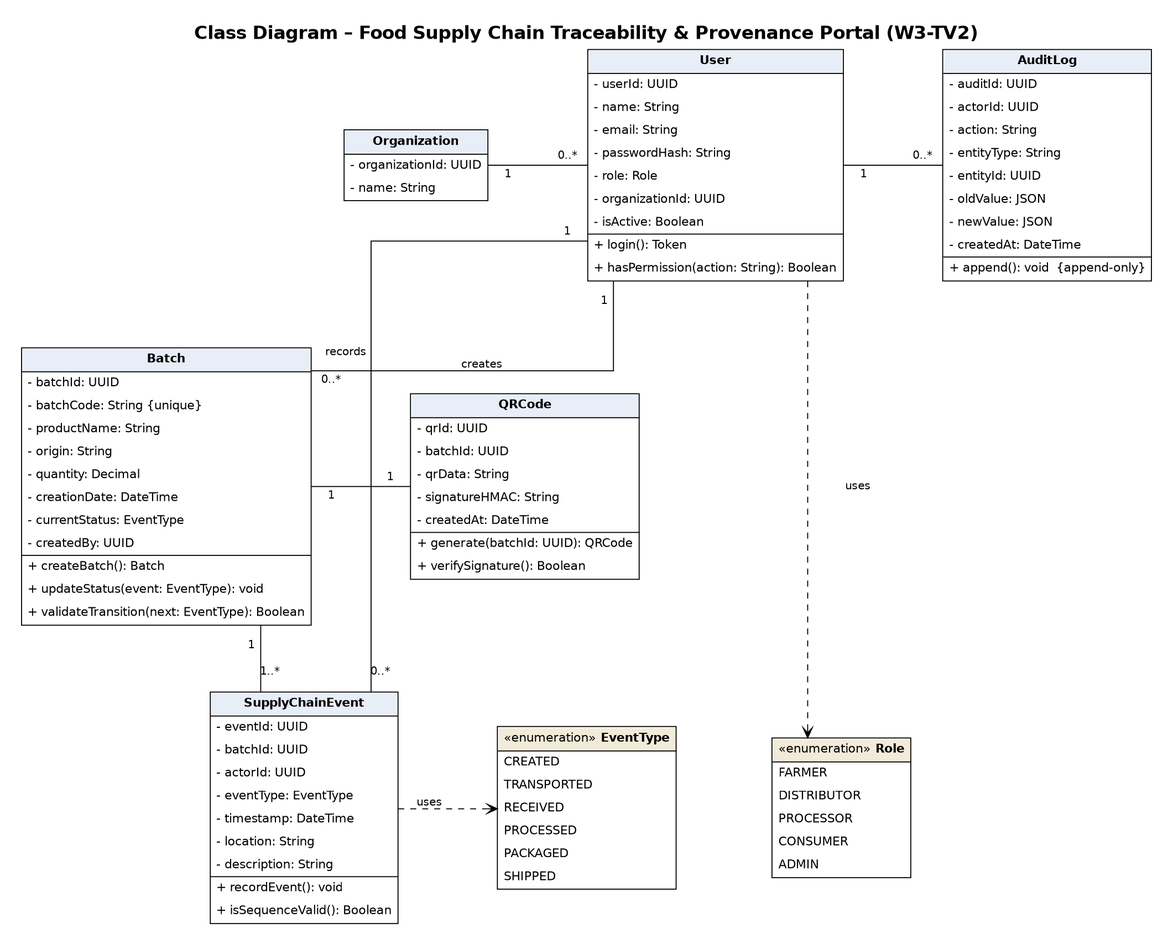
The Graphviz diagram docs/UML/class-diagram.png in hbao06/food-supply-chain-traceability-portal, before a commit. Its source is kept beside it as docs/UML/class-diagram.dot. The source it was exported from:
```dot
digraph G {
  graph [rankdir=TB, nodesep=0.7, ranksep=0.9, fontname="DejaVu Sans", pad=0.3, splines=ortho, labelloc=t,
         label=<<B>Class Diagram – Food Supply Chain Traceability &amp; Provenance Portal (W3-TV2)</B>>, fontsize=18];
  node [shape=plain, fontname="DejaVu Sans", fontsize=12];
  edge [fontname="DejaVu Sans", fontsize=11, arrowhead=none];

  Organization [label=<
    <TABLE BORDER="1" CELLBORDER="0" CELLSPACING="0" CELLPADDING="5">
    <TR><TD BGCOLOR="#E8EEF7"><B>Organization</B></TD></TR><HR/>
    <TR><TD ALIGN="LEFT">- organizationId: UUID</TD></TR>
    <TR><TD ALIGN="LEFT">- name: String</TD></TR>
    </TABLE>>];

  User [label=<
    <TABLE BORDER="1" CELLBORDER="0" CELLSPACING="0" CELLPADDING="5">
    <TR><TD BGCOLOR="#E8EEF7"><B>User</B></TD></TR><HR/>
    <TR><TD ALIGN="LEFT">- userId: UUID</TD></TR>
    <TR><TD ALIGN="LEFT">- name: String</TD></TR>
    <TR><TD ALIGN="LEFT">- email: String</TD></TR>
    <TR><TD ALIGN="LEFT">- passwordHash: String</TD></TR>
    <TR><TD ALIGN="LEFT">- role: Role</TD></TR>
    <TR><TD ALIGN="LEFT">- organizationId: UUID</TD></TR>
    <TR><TD ALIGN="LEFT">- isActive: Boolean</TD></TR><HR/>
    <TR><TD ALIGN="LEFT">+ login(): Token</TD></TR>
    <TR><TD ALIGN="LEFT">+ hasPermission(action: String): Boolean</TD></TR>
    </TABLE>>];

  Batch [label=<
    <TABLE BORDER="1" CELLBORDER="0" CELLSPACING="0" CELLPADDING="5">
    <TR><TD BGCOLOR="#E8EEF7"><B>Batch</B></TD></TR><HR/>
    <TR><TD ALIGN="LEFT">- batchId: UUID</TD></TR>
    <TR><TD ALIGN="LEFT">- batchCode: String {unique}</TD></TR>
    <TR><TD ALIGN="LEFT">- productName: String</TD></TR>
    <TR><TD ALIGN="LEFT">- origin: String</TD></TR>
    <TR><TD ALIGN="LEFT">- quantity: Decimal</TD></TR>
    <TR><TD ALIGN="LEFT">- creationDate: DateTime</TD></TR>
    <TR><TD ALIGN="LEFT">- currentStatus: EventType</TD></TR>
    <TR><TD ALIGN="LEFT">- createdBy: UUID</TD></TR><HR/>
    <TR><TD ALIGN="LEFT">+ createBatch(): Batch</TD></TR>
    <TR><TD ALIGN="LEFT">+ updateStatus(event: EventType): void</TD></TR>
    <TR><TD ALIGN="LEFT">+ validateTransition(next: EventType): Boolean</TD></TR>
    </TABLE>>];

  QRCode [label=<
    <TABLE BORDER="1" CELLBORDER="0" CELLSPACING="0" CELLPADDING="5">
    <TR><TD BGCOLOR="#E8EEF7"><B>QRCode</B></TD></TR><HR/>
    <TR><TD ALIGN="LEFT">- qrId: UUID</TD></TR>
    <TR><TD ALIGN="LEFT">- batchId: UUID</TD></TR>
    <TR><TD ALIGN="LEFT">- qrData: String</TD></TR>
    <TR><TD ALIGN="LEFT">- signatureHMAC: String</TD></TR>
    <TR><TD ALIGN="LEFT">- createdAt: DateTime</TD></TR><HR/>
    <TR><TD ALIGN="LEFT">+ generate(batchId: UUID): QRCode</TD></TR>
    <TR><TD ALIGN="LEFT">+ verifySignature(): Boolean</TD></TR>
    </TABLE>>];

  SupplyChainEvent [label=<
    <TABLE BORDER="1" CELLBORDER="0" CELLSPACING="0" CELLPADDING="5">
    <TR><TD BGCOLOR="#E8EEF7"><B>SupplyChainEvent</B></TD></TR><HR/>
    <TR><TD ALIGN="LEFT">- eventId: UUID</TD></TR>
    <TR><TD ALIGN="LEFT">- batchId: UUID</TD></TR>
    <TR><TD ALIGN="LEFT">- actorId: UUID</TD></TR>
    <TR><TD ALIGN="LEFT">- eventType: EventType</TD></TR>
    <TR><TD ALIGN="LEFT">- timestamp: DateTime</TD></TR>
    <TR><TD ALIGN="LEFT">- location: String</TD></TR>
    <TR><TD ALIGN="LEFT">- description: String</TD></TR><HR/>
    <TR><TD ALIGN="LEFT">+ recordEvent(): void</TD></TR>
    <TR><TD ALIGN="LEFT">+ isSequenceValid(): Boolean</TD></TR>
    </TABLE>>];

  AuditLog [label=<
    <TABLE BORDER="1" CELLBORDER="0" CELLSPACING="0" CELLPADDING="5">
    <TR><TD BGCOLOR="#E8EEF7"><B>AuditLog</B></TD></TR><HR/>
    <TR><TD ALIGN="LEFT">- auditId: UUID</TD></TR>
    <TR><TD ALIGN="LEFT">- actorId: UUID</TD></TR>
    <TR><TD ALIGN="LEFT">- action: String</TD></TR>
    <TR><TD ALIGN="LEFT">- entityType: String</TD></TR>
    <TR><TD ALIGN="LEFT">- entityId: UUID</TD></TR>
    <TR><TD ALIGN="LEFT">- oldValue: JSON</TD></TR>
    <TR><TD ALIGN="LEFT">- newValue: JSON</TD></TR>
    <TR><TD ALIGN="LEFT">- createdAt: DateTime</TD></TR><HR/>
    <TR><TD ALIGN="LEFT">+ append(): void  {append-only}</TD></TR>
    </TABLE>>];

  Role [label=<
    <TABLE BORDER="1" CELLBORDER="0" CELLSPACING="0" CELLPADDING="5">
    <TR><TD BGCOLOR="#F3EBD9">«enumeration» <B>Role</B></TD></TR><HR/>
    <TR><TD ALIGN="LEFT">FARMER</TD></TR>
    <TR><TD ALIGN="LEFT">DISTRIBUTOR</TD></TR>
    <TR><TD ALIGN="LEFT">PROCESSOR</TD></TR>
    <TR><TD ALIGN="LEFT">CONSUMER</TD></TR>
    <TR><TD ALIGN="LEFT">ADMIN</TD></TR>
    </TABLE>>];

  EventType [label=<
    <TABLE BORDER="1" CELLBORDER="0" CELLSPACING="0" CELLPADDING="5">
    <TR><TD BGCOLOR="#F3EBD9">«enumeration» <B>EventType</B></TD></TR><HR/>
    <TR><TD ALIGN="LEFT">CREATED</TD></TR>
    <TR><TD ALIGN="LEFT">TRANSPORTED</TD></TR>
    <TR><TD ALIGN="LEFT">RECEIVED</TD></TR>
    <TR><TD ALIGN="LEFT">PROCESSED</TD></TR>
    <TR><TD ALIGN="LEFT">PACKAGED</TD></TR>
    <TR><TD ALIGN="LEFT">SHIPPED</TD></TR>
    </TABLE>>];

  {rank=same; Organization; User; AuditLog}
  {rank=same; Batch; QRCode}
  {rank=same; SupplyChainEvent; EventType; Role}

  Organization -> User [taillabel="1", headlabel="0..*", labeldistance=2.2];
  User -> AuditLog [taillabel="1", headlabel="0..*", labeldistance=2.2];
  User -> Batch [taillabel="1", headlabel="0..*", labeldistance=2.2, xlabel="creates "];
  Batch -> QRCode [taillabel="1", headlabel="1", labeldistance=2.2];
  Batch -> SupplyChainEvent [taillabel="1", headlabel="1..*", labeldistance=2.2];
  User -> SupplyChainEvent [taillabel="1", headlabel="0..*", labeldistance=2.2, xlabel="records "];
  User -> Role [style=dashed, arrowhead=vee, label=" uses"];
  SupplyChainEvent -> EventType [style=dashed, arrowhead=vee, label=" uses"];
}
```
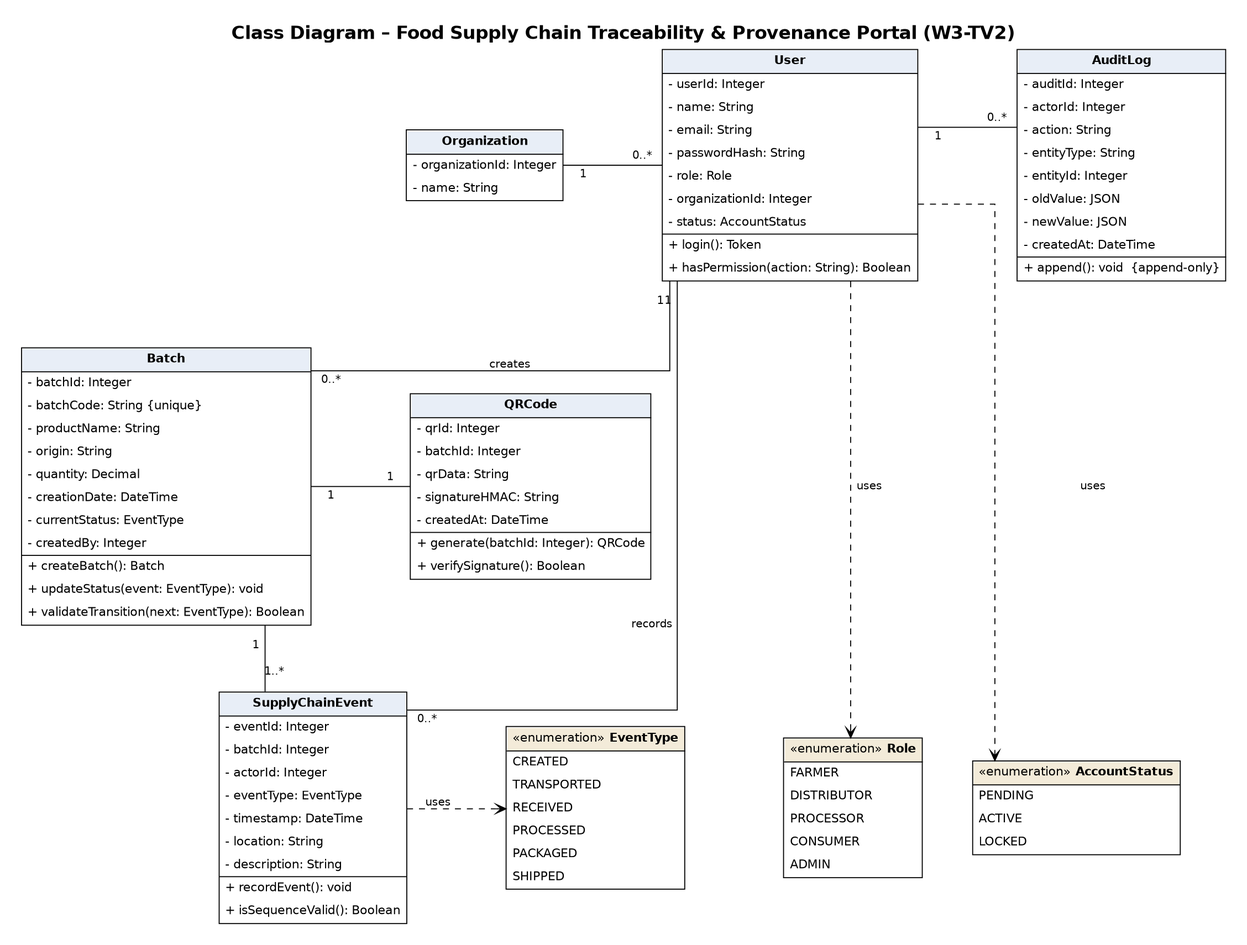
Above is the later version.

Commit message:
docs: address review on W3-TV2 (trace by code, account status, integer IDs)

What changed in the source:
```diff
@@ -7,20 +7,20 @@
   Organization [label=<
     <TABLE BORDER="1" CELLBORDER="0" CELLSPACING="0" CELLPADDING="5">
     <TR><TD BGCOLOR="#E8EEF7"><B>Organization</B></TD></TR><HR/>
-    <TR><TD ALIGN="LEFT">- organizationId: UUID</TD></TR>
+    <TR><TD ALIGN="LEFT">- organizationId: Integer</TD></TR>
     <TR><TD ALIGN="LEFT">- name: String</TD></TR>
     </TABLE>>];
 
   User [label=<
     <TABLE BORDER="1" CELLBORDER="0" CELLSPACING="0" CELLPADDING="5">
     <TR><TD BGCOLOR="#E8EEF7"><B>User</B></TD></TR><HR/>
-    <TR><TD ALIGN="LEFT">- userId: UUID</TD></TR>
+    <TR><TD ALIGN="LEFT">- userId: Integer</TD></TR>
     <TR><TD ALIGN="LEFT">- name: String</TD></TR>
     <TR><TD ALIGN="LEFT">- email: String</TD></TR>
     <TR><TD ALIGN="LEFT">- passwordHash: String</TD></TR>
     <TR><TD ALIGN="LEFT">- role: Role</TD></TR>
-    <TR><TD ALIGN="LEFT">- organizationId: UUID</TD></TR>
-    <TR><TD ALIGN="LEFT">- isActive: Boolean</TD></TR><HR/>
+    <TR><TD ALIGN="LEFT">- organizationId: Integer</TD></TR>
+    <TR><TD ALIGN="LEFT">- status: AccountStatus</TD></TR><HR/>
     <TR><TD ALIGN="LEFT">+ login(): Token</TD></TR>
     <TR><TD ALIGN="LEFT">+ hasPermission(action: String): Boolean</TD></TR>
     </TABLE>>];
@@ -28,14 +28,14 @@
   Batch [label=<
     <TABLE BORDER="1" CELLBORDER="0" CELLSPACING="0" CELLPADDING="5">
     <TR><TD BGCOLOR="#E8EEF7"><B>Batch</B></TD></TR><HR/>
-    <TR><TD ALIGN="LEFT">- batchId: UUID</TD></TR>
+    <TR><TD ALIGN="LEFT">- batchId: Integer</TD></TR>
     <TR><TD ALIGN="LEFT">- batchCode: String {unique}</TD></TR>
     <TR><TD ALIGN="LEFT">- productName: String</TD></TR>
     <TR><TD ALIGN="LEFT">- origin: String</TD></TR>
     <TR><TD ALIGN="LEFT">- quantity: Decimal</TD></TR>
     <TR><TD ALIGN="LEFT">- creationDate: DateTime</TD></TR>
     <TR><TD ALIGN="LEFT">- currentStatus: EventType</TD></TR>
-    <TR><TD ALIGN="LEFT">- createdBy: UUID</TD></TR><HR/>
+    <TR><TD ALIGN="LEFT">- createdBy: Integer</TD></TR><HR/>
     <TR><TD ALIGN="LEFT">+ createBatch(): Batch</TD></TR>
     <TR><TD ALIGN="LEFT">+ updateStatus(event: EventType): void</TD></TR>
     <TR><TD ALIGN="LEFT">+ validateTransition(next: EventType): Boolean</TD></TR>
@@ -44,21 +44,21 @@
   QRCode [label=<
     <TABLE BORDER="1" CELLBORDER="0" CELLSPACING="0" CELLPADDING="5">
     <TR><TD BGCOLOR="#E8EEF7"><B>QRCode</B></TD></TR><HR/>
-    <TR><TD ALIGN="LEFT">- qrId: UUID</TD></TR>
-    <TR><TD ALIGN="LEFT">- batchId: UUID</TD></TR>
+    <TR><TD ALIGN="LEFT">- qrId: Integer</TD></TR>
+    <TR><TD ALIGN="LEFT">- batchId: Integer</TD></TR>
     <TR><TD ALIGN="LEFT">- qrData: String</TD></TR>
     <TR><TD ALIGN="LEFT">- signatureHMAC: String</TD></TR>
     <TR><TD ALIGN="LEFT">- createdAt: DateTime</TD></TR><HR/>
-    <TR><TD ALIGN="LEFT">+ generate(batchId: UUID): QRCode</TD></TR>
+    <TR><TD ALIGN="LEFT">+ generate(batchId: Integer): QRCode</TD></TR>
     <TR><TD ALIGN="LEFT">+ verifySignature(): Boolean</TD></TR>
     </TABLE>>];
 
   SupplyChainEvent [label=<
     <TABLE BORDER="1" CELLBORDER="0" CELLSPACING="0" CELLPADDING="5">
     <TR><TD BGCOLOR="#E8EEF7"><B>SupplyChainEvent</B></TD></TR><HR/>
-    <TR><TD ALIGN="LEFT">- eventId: UUID</TD></TR>
-    <TR><TD ALIGN="LEFT">- batchId: UUID</TD></TR>
-    <TR><TD ALIGN="LEFT">- actorId: UUID</TD></TR>
+    <TR><TD ALIGN="LEFT">- eventId: Integer</TD></TR>
+    <TR><TD ALIGN="LEFT">- batchId: Integer</TD></TR>
+    <TR><TD ALIGN="LEFT">- actorId: Integer</TD></TR>
     <TR><TD ALIGN="LEFT">- eventType: EventType</TD></TR>
     <TR><TD ALIGN="LEFT">- timestamp: DateTime</TD></TR>
     <TR><TD ALIGN="LEFT">- location: String</TD></TR>
@@ -70,11 +70,11 @@
   AuditLog [label=<
     <TABLE BORDER="1" CELLBORDER="0" CELLSPACING="0" CELLPADDING="5">
     <TR><TD BGCOLOR="#E8EEF7"><B>AuditLog</B></TD></TR><HR/>
-    <TR><TD ALIGN="LEFT">- auditId: UUID</TD></TR>
-    <TR><TD ALIGN="LEFT">- actorId: UUID</TD></TR>
+    <TR><TD ALIGN="LEFT">- auditId: Integer</TD></TR>
+    <TR><TD ALIGN="LEFT">- actorId: Integer</TD></TR>
     <TR><TD ALIGN="LEFT">- action: String</TD></TR>
     <TR><TD ALIGN="LEFT">- entityType: String</TD></TR>
-    <TR><TD ALIGN="LEFT">- entityId: UUID</TD></TR>
+    <TR><TD ALIGN="LEFT">- entityId: Integer</TD></TR>
     <TR><TD ALIGN="LEFT">- oldValue: JSON</TD></TR>
     <TR><TD ALIGN="LEFT">- newValue: JSON</TD></TR>
     <TR><TD ALIGN="LEFT">- createdAt: DateTime</TD></TR><HR/>
@@ -102,9 +102,17 @@
     <TR><TD ALIGN="LEFT">SHIPPED</TD></TR>
     </TABLE>>];
 
+  AccountStatus [label=<
+    <TABLE BORDER="1" CELLBORDER="0" CELLSPACING="0" CELLPADDING="5">
+    <TR><TD BGCOLOR="#F3EBD9">«enumeration» <B>AccountStatus</B></TD></TR><HR/>
+    <TR><TD ALIGN="LEFT">PENDING</TD></TR>
+    <TR><TD ALIGN="LEFT">ACTIVE</TD></TR>
+    <TR><TD ALIGN="LEFT">LOCKED</TD></TR>
+    </TABLE>>];
+
   {rank=same; Organization; User; AuditLog}
   {rank=same; Batch; QRCode}
-  {rank=same; SupplyChainEvent; EventType; Role}
+  {rank=same; SupplyChainEvent; EventType; Role; AccountStatus}
 
   Organization -> User [taillabel="1", headlabel="0..*", labeldistance=2.2];
   User -> AuditLog [taillabel="1", headlabel="0..*", labeldistance=2.2];
@@ -112,6 +120,7 @@
   Batch -> QRCode [taillabel="1", headlabel="1", labeldistance=2.2];
   Batch -> SupplyChainEvent [taillabel="1", headlabel="1..*", labeldistance=2.2];
   User -> SupplyChainEvent [taillabel="1", headlabel="0..*", labeldistance=2.2, xlabel="records "];
+  User -> AccountStatus [style=dashed, arrowhead=vee, label=" uses"];
   User -> Role [style=dashed, arrowhead=vee, label=" uses"];
   SupplyChainEvent -> EventType [style=dashed, arrowhead=vee, label=" uses"];
 }
```
